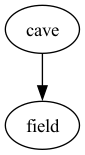
Earlier version of the Graphviz export map.png (nadflop/text-adventure). Its source is kept beside it as map.gv.
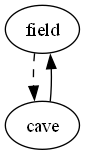
Later version of the same file.

Diff of the diagram source:
```diff
@@ -1,3 +1,4 @@
 digraph map {
+	field -> cave[style=dashed]
 	cave -> field
 }
```
